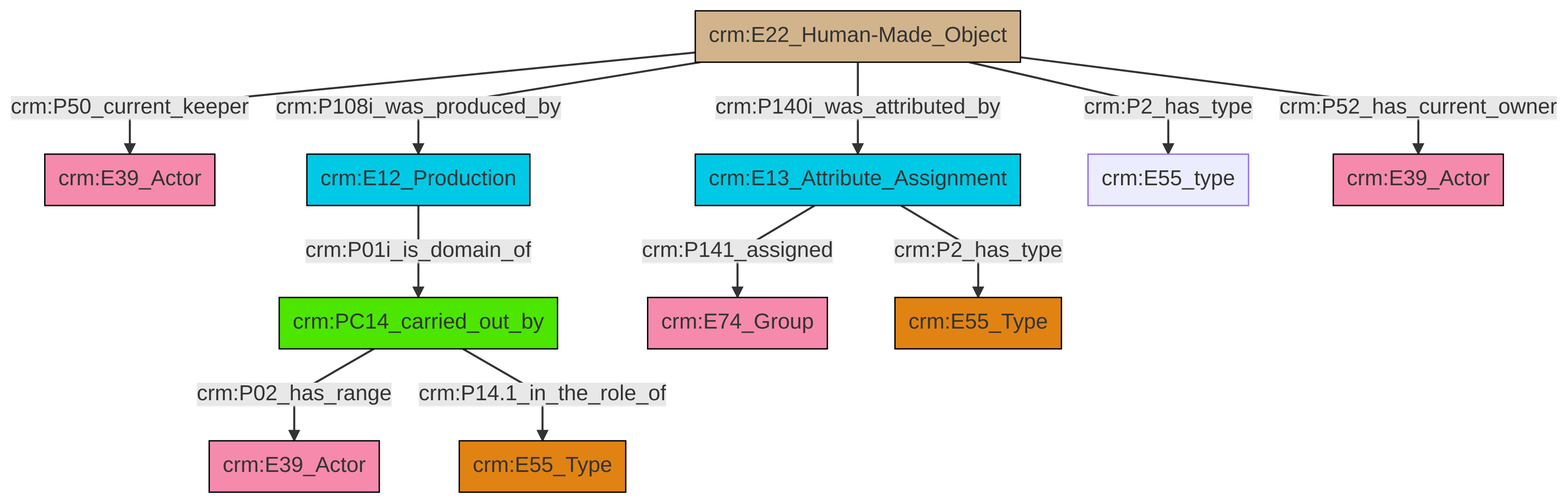
This is et/artworkCSV/ttl/mmd/png/Artwork_Actor_Relations.png from swiss-art-research-net/docs.swissartresearch, a Mermaid export, as it was before one commit. Its source is kept beside it as et/artworkCSV/ttl/mmd/Artwork_Actor_Relations.ttl.mmd.
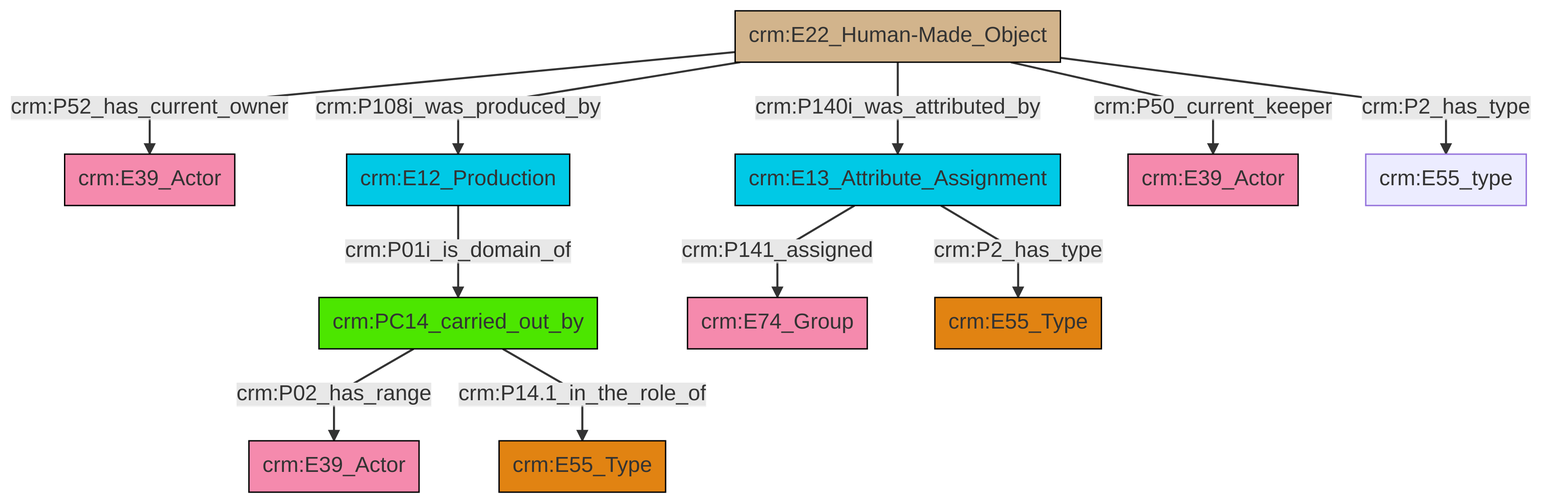
The same file after the commit.

Diff of the diagram source:
```diff
@@ -13,13 +13,13 @@
 classDef PC_Classes fill:#4ce600, stroke:#000000;
 classDef Multi fill:#cccccc,stroke:#000000;
 
-0["crm:E22_Human-Made_Object"]:::Physical_Thing -->|crm:P50_current_keeper| 1["crm:E39_Actor"]:::Actor
-2["crm:PC14_carried_out_by"]:::PC_Classes -->|crm:P02_has_range| 3["crm:E39_Actor"]:::Actor
-4["crm:E12_Production"]:::Temporal_Entity -->|crm:P01i_is_domain_of| 2["crm:PC14_carried_out_by"]:::PC_Classes
-5["crm:E13_Attribute_Assignment"]:::Temporal_Entity -->|crm:P141_assigned| 6["crm:E74_Group"]:::Actor
-0["crm:E22_Human-Made_Object"]:::Physical_Thing -->|crm:P2_has_type| 8["crm:E55_type"]:::Default
-2["crm:PC14_carried_out_by"]:::PC_Classes -->|crm:P14.1_in_the_role_of| 10["crm:E55_Type"]:::Type
-0["crm:E22_Human-Made_Object"]:::Physical_Thing -->|crm:P52_has_current_owner| 17["crm:E39_Actor"]:::Actor
-0["crm:E22_Human-Made_Object"]:::Physical_Thing -->|crm:P140i_was_attributed_by| 5["crm:E13_Attribute_Assignment"]:::Temporal_Entity
-0["crm:E22_Human-Made_Object"]:::Physical_Thing -->|crm:P108i_was_produced_by| 4["crm:E12_Production"]:::Temporal_Entity
-5["crm:E13_Attribute_Assignment"]:::Temporal_Entity -->|crm:P2_has_type| 12["crm:E55_Type"]:::Type
+2["crm:E13_Attribute_Assignment"]:::Temporal_Entity -->|crm:P141_assigned| 3["crm:E74_Group"]:::Actor
+6["crm:E12_Production"]:::Temporal_Entity -->|crm:P01i_is_domain_of| 4["crm:PC14_carried_out_by"]:::PC_Classes
+0["crm:E22_Human-Made_Object"]:::Physical_Thing -->|crm:P52_has_current_owner| 11["crm:E39_Actor"]:::Actor
+0["crm:E22_Human-Made_Object"]:::Physical_Thing -->|crm:P108i_was_produced_by| 6["crm:E12_Production"]:::Temporal_Entity
+0["crm:E22_Human-Made_Object"]:::Physical_Thing -->|crm:P140i_was_attributed_by| 2["crm:E13_Attribute_Assignment"]:::Temporal_Entity
+0["crm:E22_Human-Made_Object"]:::Physical_Thing -->|crm:P50_current_keeper| 12["crm:E39_Actor"]:::Actor
+0["crm:E22_Human-Made_Object"]:::Physical_Thing -->|crm:P2_has_type| 9["crm:E55_type"]:::Default
+2["crm:E13_Attribute_Assignment"]:::Temporal_Entity -->|crm:P2_has_type| 18["crm:E55_Type"]:::Type
+4["crm:PC14_carried_out_by"]:::PC_Classes -->|crm:P02_has_range| 16["crm:E39_Actor"]:::Actor
+4["crm:PC14_carried_out_by"]:::PC_Classes -->|crm:P14.1_in_the_role_of| 21["crm:E55_Type"]:::Type
```
